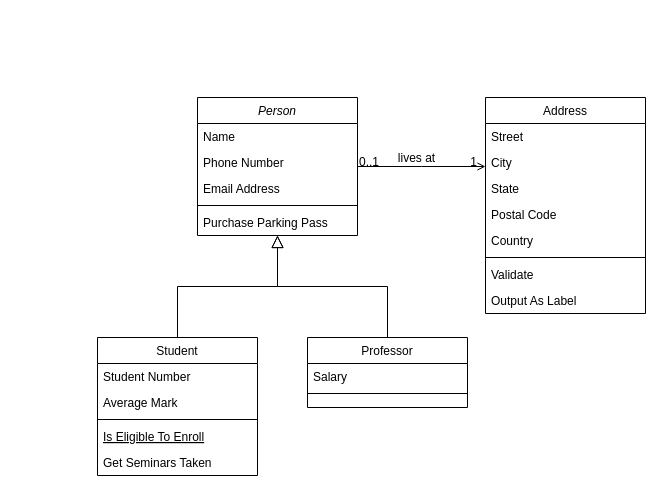
Earlier version of the draw.io diagram Untitled Diagram.drawio (alirezamhi/ER-diagram). Source tidied: cells renumbered, new cells numbered last; positions are measured from the earlier drawing's top-left corner, leaving out a move shared by most shapes. Both pictures are drawn from the tidied source at 100%, with x=0, y=0 at pixel (97, 97).
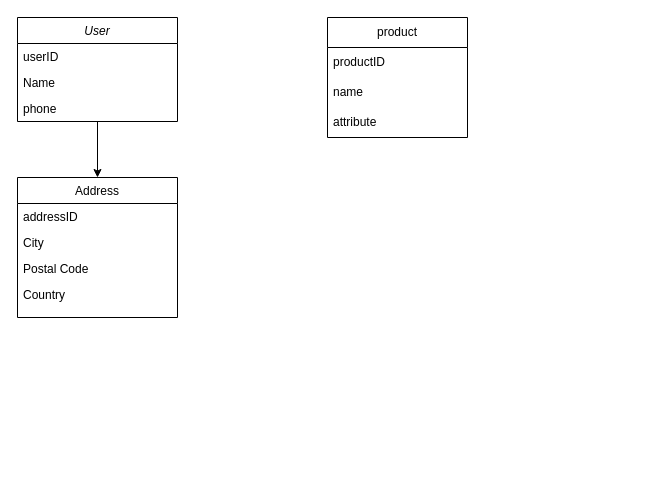
Above is the later version.

The edit, as a diff of the source:
```diff
@@
+    <mxCell id="28" style="edgeStyle=orthogonalEdgeStyle;rounded=0;jettySize=auto;html=1;exitX=0.5;exitY=1;exitDx=0;exitDy=0;entryX=0.5;entryY=0;entryDx=0;entryDy=0;" parent="1" edge="1" source="2" target="19">
+      <mxGeometry relative="1" as="geometry" />
+    </mxCell>
-    <mxCell id="2" value="Person" style="swimlane;fontStyle=2;align=center;verticalAlign=top;horizontal=1;startSize=26;rounded=0;shadow=0;strokeWidth=1;" parent="1" vertex="1">
-      <mxGeometry x="100" width="160" height="138" as="geometry" />
+    <mxCell id="2" value="User" style="swimlane;fontStyle=2;align=center;verticalAlign=top;horizontal=1;startSize=26;rounded=0;shadow=0;strokeWidth=1;" parent="1" vertex="1">
+      <mxGeometry x="-80" y="-80" width="160" height="104" as="geometry" />
     </mxCell>
-    <mxCell id="3" value="Name" style="text;align=left;verticalAlign=top;spacingLeft=4;spacingRight=4;overflow=hidden;" parent="2" vertex="1">
+    <mxCell id="3" value="userID" style="text;align=left;verticalAlign=top;spacingLeft=4;spacingRight=4;overflow=hidden;" parent="2" vertex="1">
       <mxGeometry y="26" width="160" height="26" as="geometry" />
     </mxCell>
+    <mxCell id="32" value="Name" style="text;align=left;verticalAlign=top;spacingLeft=4;spacingRight=4;overflow=hidden;rounded=0;shadow=0;html=0;" parent="2" vertex="1">
+      <mxGeometry y="52" width="160" height="26" as="geometry" />
+    </mxCell>
-    <mxCell id="4" value="Phone Number" style="text;align=left;verticalAlign=top;spacingLeft=4;spacingRight=4;overflow=hidden;rounded=0;shadow=0;html=0;" parent="2" vertex="1">
-      <mxGeometry y="52" width="160" height="26" as="geometry" />
+    <mxCell id="4" value="phone" style="text;align=left;verticalAlign=top;spacingLeft=4;spacingRight=4;overflow=hidden;rounded=0;shadow=0;html=0;" parent="2" vertex="1">
+      <mxGeometry y="78" width="160" height="26" as="geometry" />
     </mxCell>
-    <mxCell id="5" value="Email Address" style="text;align=left;verticalAlign=top;spacingLeft=4;spacingRight=4;overflow=hidden;rounded=0;shadow=0;html=0;" parent="2" vertex="1">
-      <mxGeometry y="78" width="160" height="26" as="geometry" />
-    </mxCell>
-    <mxCell id="6" style="line;html=1;strokeWidth=1;align=left;verticalAlign=middle;spacingTop=-1;spacingLeft=3;spacingRight=3;labelPosition=right;" parent="2" vertex="1">
-      <mxGeometry y="104" width="160" height="8" as="geometry" />
-    </mxCell>
-    <mxCell id="7" value="Purchase Parking Pass" style="text;align=left;verticalAlign=top;spacingLeft=4;spacingRight=4;overflow=hidden;" parent="2" vertex="1">
-      <mxGeometry y="112" width="160" height="26" as="geometry" />
-    </mxCell>
-    <mxCell id="8" value="Student" style="swimlane;fontStyle=0;align=center;verticalAlign=top;horizontal=1;startSize=26;rounded=0;shadow=0;strokeWidth=1;" parent="1" vertex="1">
-      <mxGeometry y="240" width="160" height="138" as="geometry" />
-    </mxCell>
-    <mxCell id="9" value="Student Number" style="text;align=left;verticalAlign=top;spacingLeft=4;spacingRight=4;overflow=hidden;" parent="8" vertex="1">
-      <mxGeometry y="26" width="160" height="26" as="geometry" />
-    </mxCell>
-    <mxCell id="10" value="Average Mark" style="text;align=left;verticalAlign=top;spacingLeft=4;spacingRight=4;overflow=hidden;rounded=0;shadow=0;html=0;" parent="8" vertex="1">
-      <mxGeometry y="52" width="160" height="26" as="geometry" />
-    </mxCell>
-    <mxCell id="11" style="line;html=1;strokeWidth=1;align=left;verticalAlign=middle;spacingTop=-1;spacingLeft=3;spacingRight=3;labelPosition=right;" parent="8" vertex="1">
-      <mxGeometry y="78" width="160" height="8" as="geometry" />
-    </mxCell>
-    <mxCell id="12" value="Is Eligible To Enroll" style="text;align=left;verticalAlign=top;spacingLeft=4;spacingRight=4;overflow=hidden;fontStyle=4;" parent="8" vertex="1">
-      <mxGeometry y="86" width="160" height="26" as="geometry" />
-    </mxCell>
-    <mxCell id="13" value="Get Seminars Taken" style="text;align=left;verticalAlign=top;spacingLeft=4;spacingRight=4;overflow=hidden;" parent="8" vertex="1">
-      <mxGeometry y="112" width="160" height="26" as="geometry" />
-    </mxCell>
-    <mxCell id="14" style="endArrow=block;endSize=10;endFill=0;shadow=0;strokeWidth=1;rounded=0;edgeStyle=elbowEdgeStyle;elbow=vertical;" parent="1" edge="1" source="8" target="2">
-      <mxGeometry relative="1" as="geometry" />
-    </mxCell>
-    <mxCell id="15" value="Professor" style="swimlane;fontStyle=0;align=center;verticalAlign=top;horizontal=1;startSize=26;rounded=0;shadow=0;strokeWidth=1;" parent="1" vertex="1">
-      <mxGeometry x="210" y="240" width="160" height="70" as="geometry" />
-    </mxCell>
-    <mxCell id="16" value="Salary" style="text;align=left;verticalAlign=top;spacingLeft=4;spacingRight=4;overflow=hidden;" parent="15" vertex="1">
-      <mxGeometry y="26" width="160" height="26" as="geometry" />
-    </mxCell>
-    <mxCell id="17" style="line;html=1;strokeWidth=1;align=left;verticalAlign=middle;spacingTop=-1;spacingLeft=3;spacingRight=3;labelPosition=right;" parent="15" vertex="1">
-      <mxGeometry y="52" width="160" height="8" as="geometry" />
-    </mxCell>
-    <mxCell id="18" style="endArrow=block;endSize=10;endFill=0;shadow=0;strokeWidth=1;rounded=0;edgeStyle=elbowEdgeStyle;elbow=vertical;" parent="1" edge="1" source="15" target="2">
-      <mxGeometry relative="1" as="geometry" />
-    </mxCell>
     <mxCell id="19" value="Address" style="swimlane;fontStyle=0;align=center;verticalAlign=top;horizontal=1;startSize=26;rounded=0;shadow=0;strokeWidth=1;" parent="1" vertex="1">
-      <mxGeometry x="388" width="160" height="216" as="geometry" />
+      <mxGeometry x="-80" y="80" width="160" height="140" as="geometry" />
     </mxCell>
-    <mxCell id="20" value="Street" style="text;align=left;verticalAlign=top;spacingLeft=4;spacingRight=4;overflow=hidden;" parent="19" vertex="1">
+    <mxCell id="20" value="addressID" style="text;align=left;verticalAlign=top;spacingLeft=4;spacingRight=4;overflow=hidden;" parent="19" vertex="1">
       <mxGeometry y="26" width="160" height="26" as="geometry" />
     </mxCell>
@@
-    <mxCell id="22" value="State" style="text;align=left;verticalAlign=top;spacingLeft=4;spacingRight=4;overflow=hidden;rounded=0;shadow=0;html=0;" parent="19" vertex="1">
-      <mxGeometry y="78" width="160" height="26" as="geometry" />
-    </mxCell>
     <mxCell id="23" value="Postal Code" style="text;align=left;verticalAlign=top;spacingLeft=4;spacingRight=4;overflow=hidden;rounded=0;shadow=0;html=0;" parent="19" vertex="1">
-      <mxGeometry y="104" width="160" height="26" as="geometry" />
+      <mxGeometry y="78" width="160" height="26" as="geometry" />
     </mxCell>
     <mxCell id="24" value="Country" style="text;align=left;verticalAlign=top;spacingLeft=4;spacingRight=4;overflow=hidden;rounded=0;shadow=0;html=0;" parent="19" vertex="1">
-      <mxGeometry y="130" width="160" height="26" as="geometry" />
+      <mxGeometry y="104" width="160" height="26" as="geometry" />
     </mxCell>
-    <mxCell id="25" style="line;html=1;strokeWidth=1;align=left;verticalAlign=middle;spacingTop=-1;spacingLeft=3;spacingRight=3;labelPosition=right;" parent="19" vertex="1">
-      <mxGeometry y="156" width="160" height="8" as="geometry" />
-    </mxCell>
-    <mxCell id="26" value="Validate" style="text;align=left;verticalAlign=top;spacingLeft=4;spacingRight=4;overflow=hidden;" parent="19" vertex="1">
-      <mxGeometry y="164" width="160" height="26" as="geometry" />
-    </mxCell>
-    <mxCell id="27" value="Output As Label" style="text;align=left;verticalAlign=top;spacingLeft=4;spacingRight=4;overflow=hidden;" parent="19" vertex="1">
-      <mxGeometry y="190" width="160" height="26" as="geometry" />
-    </mxCell>
-    <mxCell id="28" style="endArrow=open;shadow=0;strokeWidth=1;rounded=0;endFill=1;edgeStyle=elbowEdgeStyle;elbow=vertical;" parent="1" edge="1" source="2" target="19">
-      <mxGeometry x="0.5" y="41" relative="1" as="geometry">
-        <mxPoint x="-40" y="32" as="offset" />
-      </mxGeometry>
-    </mxCell>
-    <mxCell id="29" value="0..1" style="align=left;verticalAlign=bottom;labelBackgroundColor=none;fontSize=12;" parent="28" vertex="1">
-      <mxGeometry x="-1" relative="1" as="geometry">
-        <mxPoint y="4" as="offset" />
-      </mxGeometry>
-    </mxCell>
-    <mxCell id="30" value="1" style="align=right;verticalAlign=bottom;labelBackgroundColor=none;fontSize=12;" parent="28" vertex="1">
-      <mxGeometry x="1" relative="1" as="geometry">
-        <mxPoint x="-7" y="4" as="offset" />
-      </mxGeometry>
-    </mxCell>
-    <mxCell id="31" value="lives at" style="text;html=1;align=center;verticalAlign=middle;labelBackgroundColor=none;rounded=0;shadow=0;strokeWidth=1;fontSize=12;" parent="28" vertex="1">
-      <mxGeometry x="0.5" y="49" relative="1" as="geometry">
-        <mxPoint x="-38" y="40" as="offset" />
-      </mxGeometry>
-    </mxCell>
+    <mxCell id="33" value="product" style="swimlane;fontStyle=0;horizontal=1;startSize=30;whiteSpace=wrap;html=1;" parent="1" vertex="1">
+      <mxGeometry x="230" y="-80" width="140" height="120" as="geometry" />
+    </mxCell>
+    <mxCell id="34" value="productID" style="text;strokeColor=none;fillColor=none;align=left;verticalAlign=middle;spacingLeft=4;spacingRight=4;overflow=hidden;whiteSpace=wrap;html=1;" parent="33" vertex="1">
+      <mxGeometry y="30" width="140" height="30" as="geometry" />
+    </mxCell>
+    <mxCell id="35" value="name" style="text;strokeColor=none;fillColor=none;align=left;verticalAlign=middle;spacingLeft=4;spacingRight=4;overflow=hidden;whiteSpace=wrap;html=1;" parent="33" vertex="1">
+      <mxGeometry y="60" width="140" height="30" as="geometry" />
+    </mxCell>
+    <mxCell id="36" value="attribute" style="text;strokeColor=none;fillColor=none;align=left;verticalAlign=middle;spacingLeft=4;spacingRight=4;overflow=hidden;whiteSpace=wrap;html=1;" parent="33" vertex="1">
+      <mxGeometry y="90" width="140" height="30" as="geometry" />
+    </mxCell>
```
